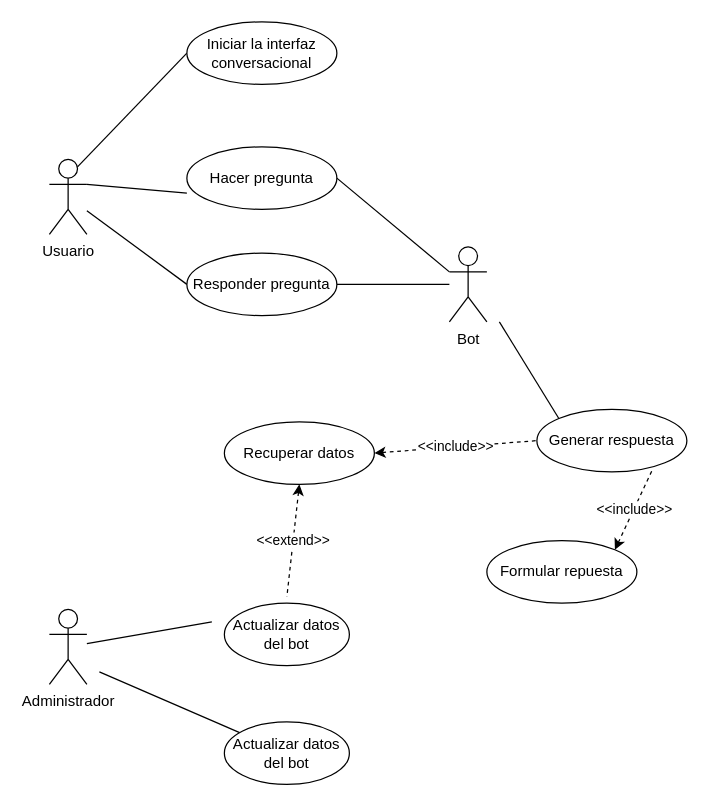
This is page "Page-2" (2 of 2) of project-docs/RAG_Architecture.drawio from jrg1013/chatbot, a draw.io file, before an edit. Source tidied: cells renumbered, new cells numbered last; positions are measured from the earlier drawing's top-left corner, leaving out a move shared by most shapes. Both pictures are drawn from the tidied source at 125%, with x=0, y=0 at pixel (49, 21).
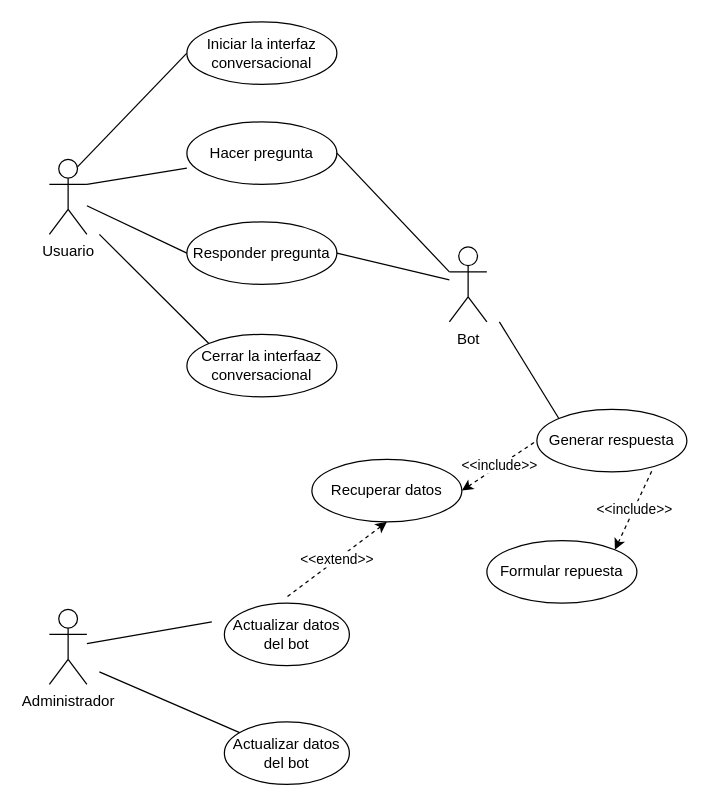
The same diagram, later.

What changed in the source:
```diff
@@
     <mxCell id="9" value="Hacer pregunta" style="ellipse;whiteSpace=wrap;html=1;" parent="1" vertex="1">
-      <mxGeometry x="110" y="100" width="120" height="50" as="geometry" />
+      <mxGeometry x="110" y="80" width="120" height="50" as="geometry" />
     </mxCell>
@@
     <mxCell id="14" value="Responder pregunta" style="ellipse;whiteSpace=wrap;html=1;" parent="1" vertex="1">
-      <mxGeometry x="110" y="185" width="120" height="50" as="geometry" />
+      <mxGeometry x="110" y="160" width="120" height="50" as="geometry" />
     </mxCell>
@@
     <mxCell id="18" value="Recuperar datos" style="ellipse;whiteSpace=wrap;html=1;" parent="1" vertex="1">
-      <mxGeometry x="140" y="320" width="120" height="50" as="geometry" />
+      <mxGeometry x="210" y="350" width="120" height="50" as="geometry" />
     </mxCell>
@@
+    <mxCell id="24" style="edgeStyle=none;rounded=0;jettySize=auto;html=1;exitX=0;exitY=0;exitDx=0;exitDy=0;endArrow=none;endFill=0;" parent="1" edge="1" source="25">
+      <mxGeometry relative="1" as="geometry">
+        <mxPoint x="40" y="170" as="targetPoint" />
+      </mxGeometry>
+    </mxCell>
+    <mxCell id="25" value="Cerrar la interfaaz conversacional" style="ellipse;whiteSpace=wrap;html=1;" parent="1" vertex="1">
+      <mxGeometry x="110" y="250" width="120" height="50" as="geometry" />
+    </mxCell>
```
